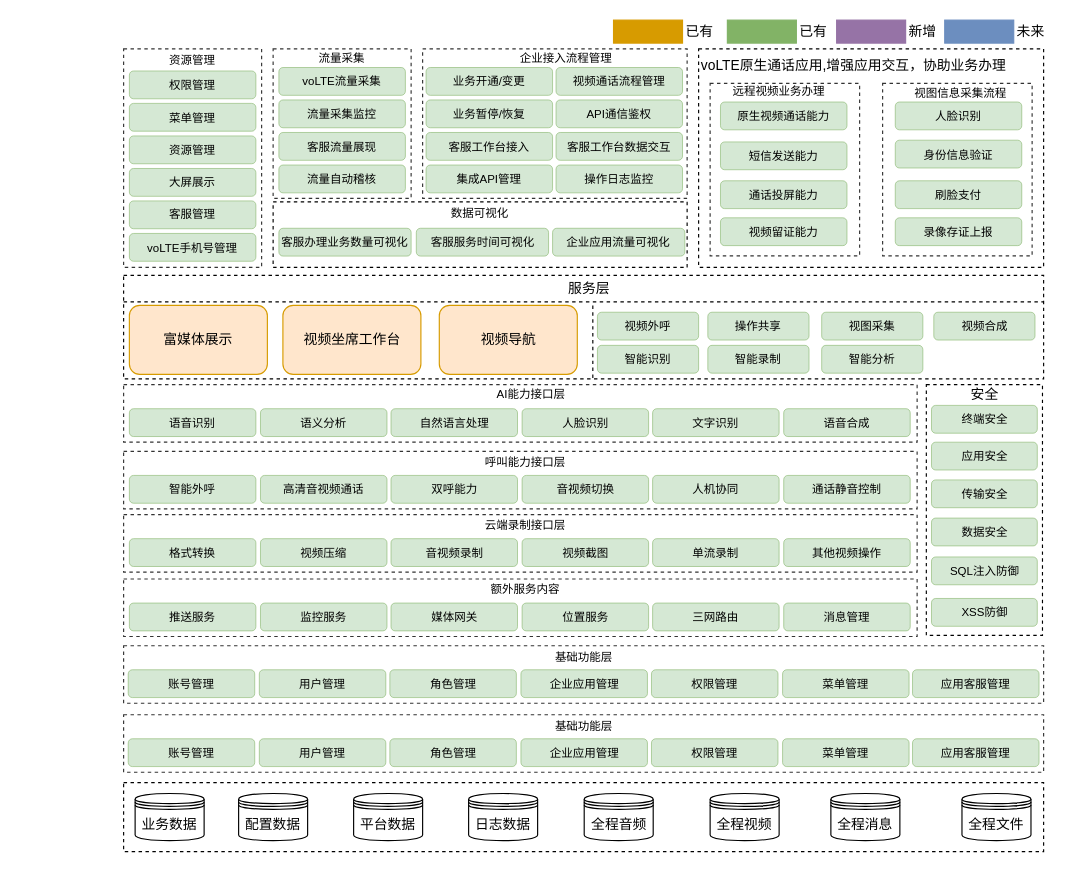
The draw.io diagram 5G视频产品客服/Untitled Diagram.drawio in the-didi/drawio-repository, before the edit. Source tidied: cells renumbered, new cells numbered last; positions are measured from the earlier drawing's top-left corner, leaving out a move shared by most shapes. Both pictures are drawn from the tidied source at 115%, with x=0, y=0 at pixel (123, 20).
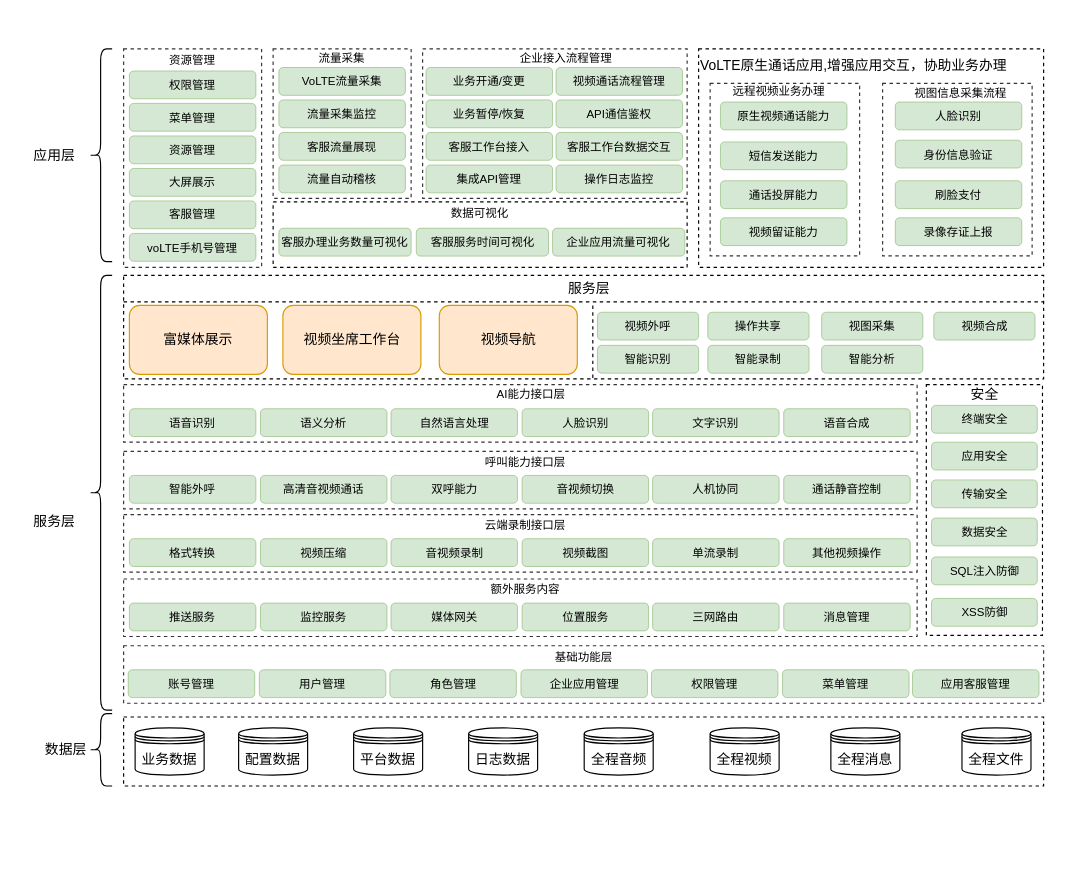
The same page after the edit.

Unchanged cells that the change refers to:
```xml
<mxCell id="30" style="group;" parent="1" vertex="1">
  <mxGeometry x="130" y="25" width="120" height="130" as="geometry" />
</mxCell>
<mxCell id="48" style="group;" parent="1" vertex="1">
  <mxGeometry x="500" y="25" width="300" height="190" as="geometry" />
</mxCell>
```

Diff of the diagram source:
```diff
@@
     <mxCell id="2" style="rounded=0;whiteSpace=wrap;html=1;dashed=1;" parent="1" vertex="1">
-      <mxGeometry y="663" width="800" height="60" as="geometry" />
+      <mxGeometry y="606" width="800" height="60" as="geometry" />
     </mxCell>
-    <mxCell id="3" style="group;" parent="1" vertex="1">
-      <mxGeometry x="620" width="90" height="20" as="geometry" />
-    </mxCell>
-    <mxCell id="4" style="rounded=0;whiteSpace=wrap;html=1;fillColor=#9673A6;strokeColor=#9673A6;" parent="3" vertex="1">
-      <mxGeometry width="60" height="20" as="geometry" />
-    </mxCell>
-    <mxCell id="5" value="新增" style="text;html=1;align=center;verticalAlign=middle;whiteSpace=wrap;rounded=0;" parent="3" vertex="1">
-      <mxGeometry x="60" width="30" height="20" as="geometry" />
-    </mxCell>
-    <mxCell id="6" style="group;" parent="1" vertex="1">
-      <mxGeometry x="525" width="90" height="20" as="geometry" />
-    </mxCell>
-    <mxCell id="7" style="rounded=0;whiteSpace=wrap;html=1;fillColor=#82B366;strokeColor=#82B366;" parent="6" vertex="1">
-      <mxGeometry width="60" height="20" as="geometry" />
-    </mxCell>
-    <mxCell id="8" value="已有" style="text;html=1;align=center;verticalAlign=middle;whiteSpace=wrap;rounded=0;" parent="6" vertex="1">
-      <mxGeometry x="60" width="30" height="20" as="geometry" />
-    </mxCell>
-    <mxCell id="9" style="group;" parent="1" vertex="1">
-      <mxGeometry x="714" width="90" height="20" as="geometry" />
-    </mxCell>
-    <mxCell id="10" style="rounded=0;whiteSpace=wrap;html=1;fillColor=#6C8EBF;strokeColor=#6C8EBF;" parent="9" vertex="1">
-      <mxGeometry width="60" height="20" as="geometry" />
-    </mxCell>
-    <mxCell id="11" value="未来" style="text;html=1;align=center;verticalAlign=middle;whiteSpace=wrap;rounded=0;" parent="9" vertex="1">
-      <mxGeometry x="60" width="30" height="20" as="geometry" />
-    </mxCell>
@@
-    <mxCell id="33" value="voLTE流量采集" style="rounded=1;whiteSpace=wrap;html=1;strokeColor=#82b366;strokeWidth=0.5;fillColor=#d5e8d4;fontSize=10;" parent="30" vertex="1">
+    <mxCell id="33" value="VoLTE流量采集" style="rounded=1;whiteSpace=wrap;html=1;strokeColor=#82b366;strokeWidth=0.5;fillColor=#d5e8d4;fontSize=10;" parent="30" vertex="1">
       <mxGeometry x="5" y="16.2" width="110" height="24.2" as="geometry" />
     </mxCell>
@@
-    <mxCell id="50" value="voLTE原生通话应用,增强应用交互，协助业务办理" style="text;html=1;align=center;verticalAlign=middle;whiteSpace=wrap;rounded=0;" parent="48" vertex="1">
+    <mxCell id="50" value="VoLTE原生通话应用,增强应用交互，协助业务办理" style="text;html=1;align=center;verticalAlign=middle;whiteSpace=wrap;rounded=0;" parent="48" vertex="1">
       <mxGeometry width="270" height="30" as="geometry" />
     </mxCell>
@@
-    <mxCell id="117" style="group;" parent="1" vertex="1">
-      <mxGeometry y="604" width="800" height="50" as="geometry" />
-    </mxCell>
-    <mxCell id="118" style="rounded=0;whiteSpace=wrap;html=1;dashed=1;strokeColor=#333333;" parent="117" vertex="1">
-      <mxGeometry width="800" height="50" as="geometry" />
-    </mxCell>
-    <mxCell id="119" value="基础功能层" style="text;html=1;align=center;verticalAlign=middle;whiteSpace=wrap;rounded=0;fontSize=10;" parent="117" vertex="1">
-      <mxGeometry x="368" y="2" width="65" height="16" as="geometry" />
-    </mxCell>
-    <mxCell id="120" value="账号管理" style="rounded=1;whiteSpace=wrap;html=1;strokeColor=#82b366;strokeWidth=0.5;fillColor=#d5e8d4;fontSize=10;" parent="117" vertex="1">
-      <mxGeometry x="4" y="20.9" width="110" height="24.2" as="geometry" />
-    </mxCell>
-    <mxCell id="121" value="用户管理" style="rounded=1;whiteSpace=wrap;html=1;strokeColor=#82b366;strokeWidth=0.5;fillColor=#d5e8d4;fontSize=10;" parent="117" vertex="1">
-      <mxGeometry x="118" y="20.9" width="110" height="24.2" as="geometry" />
-    </mxCell>
-    <mxCell id="122" value="角色管理" style="rounded=1;whiteSpace=wrap;html=1;strokeColor=#82b366;strokeWidth=0.5;fillColor=#d5e8d4;fontSize=10;" parent="117" vertex="1">
-      <mxGeometry x="231.5" y="20.9" width="110" height="24.2" as="geometry" />
-    </mxCell>
-    <mxCell id="123" value="企业应用管理" style="rounded=1;whiteSpace=wrap;html=1;strokeColor=#82b366;strokeWidth=0.5;fillColor=#d5e8d4;fontSize=10;" parent="117" vertex="1">
-      <mxGeometry x="345.5" y="20.9" width="110" height="24.2" as="geometry" />
-    </mxCell>
-    <mxCell id="124" value="权限管理" style="rounded=1;whiteSpace=wrap;html=1;strokeColor=#82b366;strokeWidth=0.5;fillColor=#d5e8d4;fontSize=10;" parent="117" vertex="1">
-      <mxGeometry x="459" y="20.9" width="110" height="24.2" as="geometry" />
-    </mxCell>
-    <mxCell id="125" value="菜单管理" style="rounded=1;whiteSpace=wrap;html=1;strokeColor=#82b366;strokeWidth=0.5;fillColor=#d5e8d4;fontSize=10;" parent="117" vertex="1">
-      <mxGeometry x="573" y="20.9" width="110" height="24.2" as="geometry" />
-    </mxCell>
-    <mxCell id="126" value="应用客服管理" style="rounded=1;whiteSpace=wrap;html=1;strokeColor=#82b366;strokeWidth=0.5;fillColor=#d5e8d4;fontSize=10;" parent="117" vertex="1">
-      <mxGeometry x="686" y="20.9" width="110" height="24.2" as="geometry" />
-    </mxCell>
     <mxCell id="127" value="业务数据" style="shape=datastore;whiteSpace=wrap;html=1;" parent="1" vertex="1">
-      <mxGeometry x="10" y="672.5" width="60" height="41" as="geometry" />
+      <mxGeometry x="10" y="615.5" width="60" height="41" as="geometry" />
     </mxCell>
     <mxCell id="128" value="配置数据" style="shape=datastore;whiteSpace=wrap;html=1;" parent="1" vertex="1">
-      <mxGeometry x="100" y="672.5" width="60" height="41" as="geometry" />
+      <mxGeometry x="100" y="615.5" width="60" height="41" as="geometry" />
     </mxCell>
     <mxCell id="129" value="平台数据" style="shape=datastore;whiteSpace=wrap;html=1;" parent="1" vertex="1">
-      <mxGeometry x="200" y="672.5" width="60" height="41" as="geometry" />
+      <mxGeometry x="200" y="615.5" width="60" height="41" as="geometry" />
     </mxCell>
     <mxCell id="130" value="日志数据" style="shape=datastore;whiteSpace=wrap;html=1;" parent="1" vertex="1">
-      <mxGeometry x="300" y="672.5" width="60" height="41" as="geometry" />
+      <mxGeometry x="300" y="615.5" width="60" height="41" as="geometry" />
     </mxCell>
     <mxCell id="131" value="全程音频" style="shape=datastore;whiteSpace=wrap;html=1;" parent="1" vertex="1">
-      <mxGeometry x="400.5" y="672.5" width="60" height="41" as="geometry" />
+      <mxGeometry x="400.5" y="615.5" width="60" height="41" as="geometry" />
     </mxCell>
     <mxCell id="132" value="全程视频" style="shape=datastore;whiteSpace=wrap;html=1;" parent="1" vertex="1">
-      <mxGeometry x="510" y="672.5" width="60" height="41" as="geometry" />
+      <mxGeometry x="510" y="615.5" width="60" height="41" as="geometry" />
     </mxCell>
     <mxCell id="133" value="全程消息" style="shape=datastore;whiteSpace=wrap;html=1;" parent="1" vertex="1">
-      <mxGeometry x="615" y="672.5" width="60" height="41" as="geometry" />
+      <mxGeometry x="615" y="615.5" width="60" height="41" as="geometry" />
     </mxCell>
     <mxCell id="134" value="全程文件" style="shape=datastore;whiteSpace=wrap;html=1;" parent="1" vertex="1">
-      <mxGeometry x="729" y="672.5" width="60" height="41" as="geometry" />
+      <mxGeometry x="729" y="615.5" width="60" height="41" as="geometry" />
     </mxCell>
@@
-    <mxCell id="146" style="group;" parent="1" vertex="1">
-      <mxGeometry x="426" width="90" height="20" as="geometry" />
-    </mxCell>
-    <mxCell id="147" style="rounded=0;whiteSpace=wrap;html=1;fillColor=#D79B00;strokeColor=#d79b00;" parent="146" vertex="1">
-      <mxGeometry width="60" height="20" as="geometry" />
-    </mxCell>
-    <mxCell id="148" value="已有" style="text;html=1;align=center;verticalAlign=middle;whiteSpace=wrap;rounded=0;" parent="146" vertex="1">
-      <mxGeometry x="60" width="30" height="20" as="geometry" />
-    </mxCell>
+    <mxCell id="149" style="shape=curlyBracket;whiteSpace=wrap;html=1;rounded=1;labelPosition=left;verticalLabelPosition=middle;align=right;verticalAlign=middle;" parent="1" vertex="1">
+      <mxGeometry x="-30" y="25" width="20" height="185" as="geometry" />
+    </mxCell>
+    <mxCell id="150" style="shape=curlyBracket;whiteSpace=wrap;html=1;rounded=1;labelPosition=left;verticalLabelPosition=middle;align=right;verticalAlign=middle;" parent="1" vertex="1">
+      <mxGeometry x="-30" y="222" width="20" height="378" as="geometry" />
+    </mxCell>
+    <mxCell id="151" style="shape=curlyBracket;whiteSpace=wrap;html=1;rounded=1;labelPosition=left;verticalLabelPosition=middle;align=right;verticalAlign=middle;" parent="1" vertex="1">
+      <mxGeometry x="-30" y="603" width="20" height="63" as="geometry" />
+    </mxCell>
+    <mxCell id="152" value="数据层" style="text;html=1;align=center;verticalAlign=middle;whiteSpace=wrap;rounded=0;" parent="1" vertex="1">
+      <mxGeometry x="-80" y="619.5" width="60" height="30" as="geometry" />
+    </mxCell>
+    <mxCell id="153" value="服务层" style="text;html=1;align=center;verticalAlign=middle;whiteSpace=wrap;rounded=0;" parent="1" vertex="1">
+      <mxGeometry x="-90" y="421" width="60" height="30" as="geometry" />
+    </mxCell>
+    <mxCell id="154" value="应用层" style="text;html=1;align=center;verticalAlign=middle;whiteSpace=wrap;rounded=0;" parent="1" vertex="1">
+      <mxGeometry x="-90" y="102.5" width="60" height="30" as="geometry" />
+    </mxCell>
```
